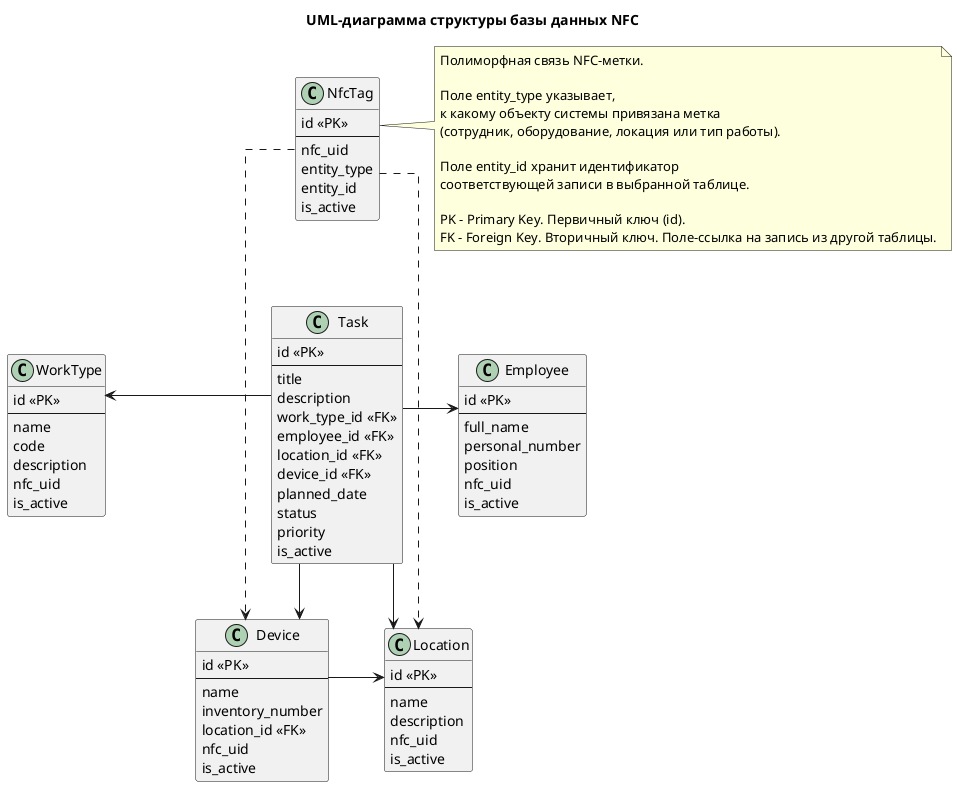
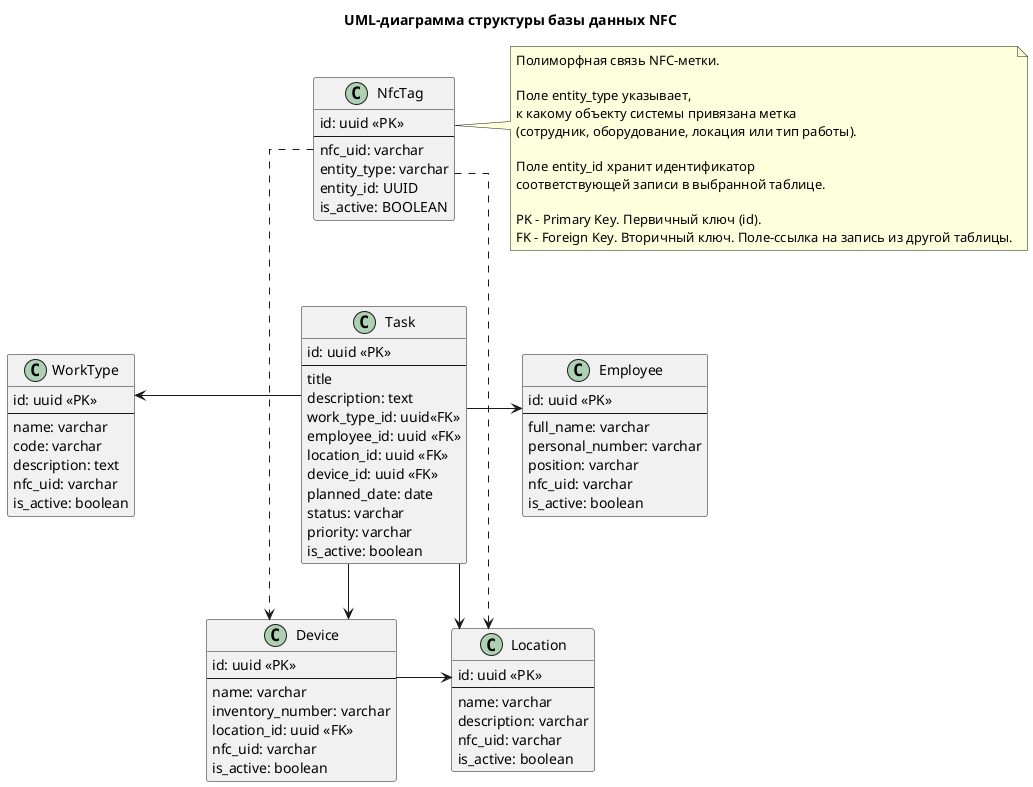
@startuml
title UML-диаграмма структуры базы данных NFC

top to bottom direction

skinparam classAttributeIconSize 0
skinparam linetype ortho
skinparam nodesep 55
skinparam ranksep 55

class NfcTag {
-     id <<PK>>
+     id: uuid <<PK>>
    --
-     nfc_uid
-     entity_type
-     entity_id
-     is_active
+     nfc_uid: varchar
+     entity_type: varchar
+     entity_id: UUID
+     is_active: BOOLEAN
}

class WorkType {
-     id <<PK>>
+     id: uuid <<PK>>
    --
-     name
-     code
-     description
-     nfc_uid
-     is_active
+     name: varchar
+     code: varchar
+     description: text
+     nfc_uid: varchar
+     is_active: boolean
}

class Employee {
-     id <<PK>>
+     id: uuid <<PK>>
    --
-     full_name
-     personal_number
-     position
-     nfc_uid
-     is_active
+     full_name: varchar
+     personal_number: varchar
+     position: varchar
+     nfc_uid: varchar
+     is_active: boolean
}

class Task {
-     id <<PK>>
+     id: uuid <<PK>>
    --
    title
-     description
-     work_type_id <<FK>>
-     employee_id <<FK>>
-     location_id <<FK>>
-     device_id <<FK>>
-     planned_date
-     status
-     priority
-     is_active
+     description: text
+     work_type_id: uuid<<FK>>
+     employee_id: uuid <<FK>>
+     location_id: uuid <<FK>>
+     device_id: uuid <<FK>>
+     planned_date: date
+     status: varchar
+     priority: varchar
+     is_active: boolean
}

class Device {
-     id <<PK>>
+     id: uuid <<PK>>
    --
-     name
-     inventory_number
-     location_id <<FK>>
-     nfc_uid
-     is_active
+     name: varchar
+     inventory_number: varchar
+     location_id: uuid <<FK>>
+     nfc_uid: varchar
+     is_active: boolean
}

class Location {
-     id <<PK>>
+     id: uuid <<PK>>
    --
-     name
-     description
-     nfc_uid
-     is_active
+     name: varchar
+     description: varchar
+     nfc_uid: varchar
+     is_active: boolean
}


Task -left-> WorkType
Task -right-> Employee
Task -down-> Device
Task -down-> Location

NfcTag ..> Device
NfcTag ..> Location

Device -right-> Location

note right of NfcTag
  Полиморфная связь NFC-метки.

  Поле entity_type указывает,
  к какому объекту системы привязана метка
  (сотрудник, оборудование, локация или тип работы).

  Поле entity_id хранит идентификатор
  соответствующей записи в выбранной таблице.

  PK - Primary Key. Первичный ключ (id).
  FK - Foreign Key. Вторичный ключ. Поле-ссылка на запись из другой таблицы.
end note

WorkType -[hidden]right-> Task
Task -[hidden]right-> Employee

Device -[hidden]right-> Location

NfcTag -[hidden]down-> Task
WorkType -[hidden]down-> Device
Employee -[hidden]down-> Location


@enduml